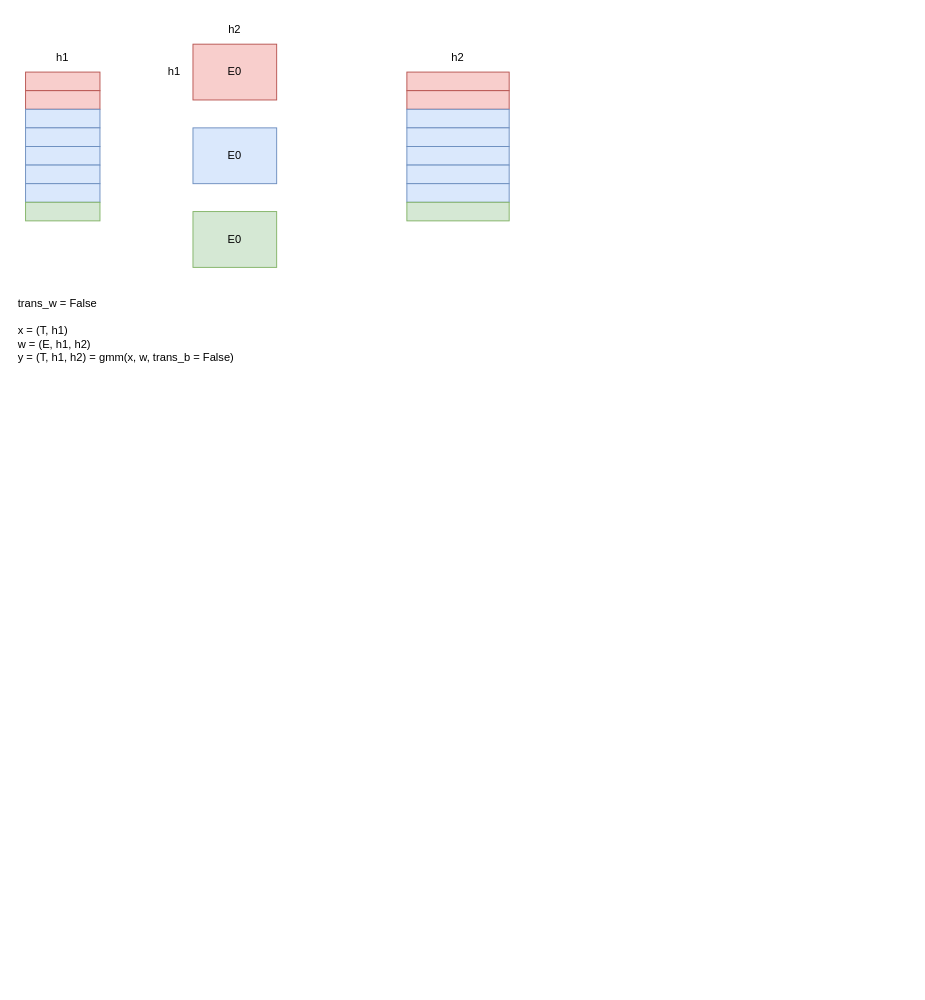
Above: grouped_gemm.drawio in LamForest/draw.io (draw.io), before the change. Source tidied: cells renumbered, new cells numbered last; positions are measured from the earlier drawing's top-left corner, leaving out a move shared by most shapes. Both pictures are drawn from the tidied source at 93%, with x=0, y=0 at pixel (16, 16).
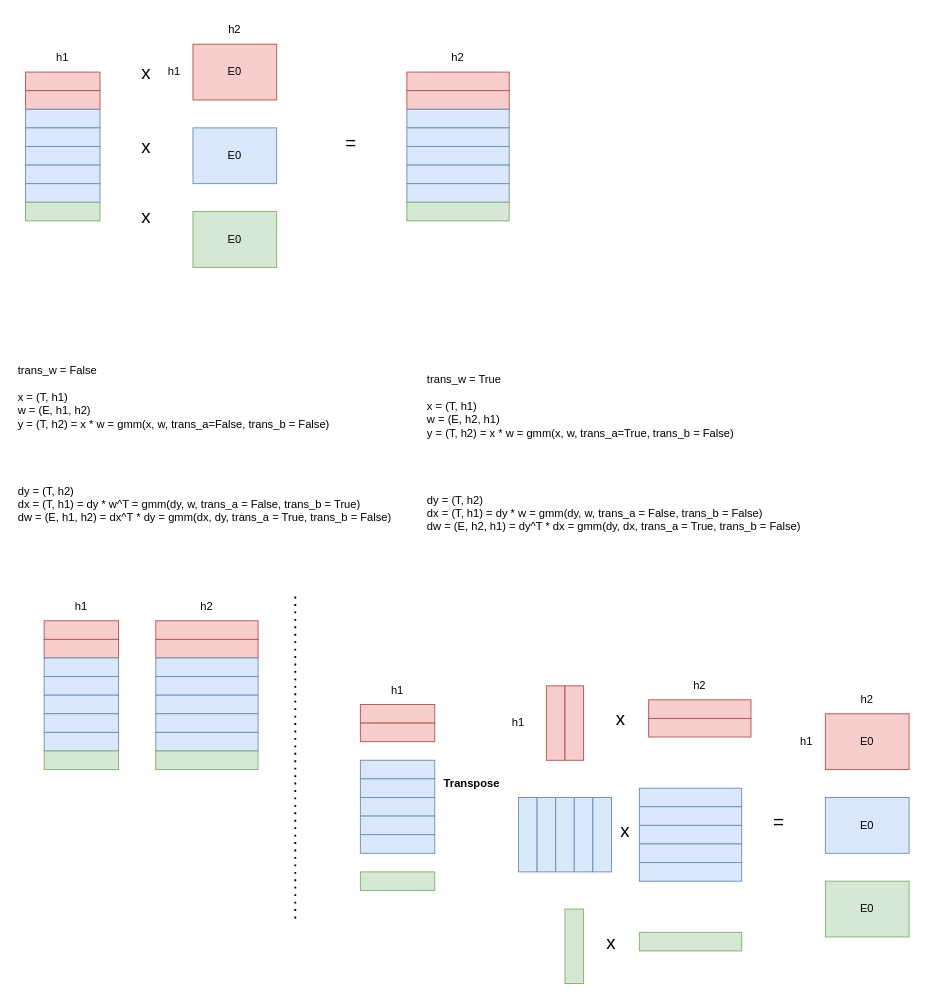
The same diagram, later.

What changed in the source:
```diff
@@
-    <mxCell id="27" value="trans_w = False&lt;div&gt;&lt;br&gt;&lt;/div&gt;&lt;div&gt;x = (T, h1)&lt;/div&gt;&lt;div&gt;w = (E, h1, h2)&lt;/div&gt;&lt;div&gt;y = (T, h1, h2) = gmm(x, w, trans_b = False)&lt;/div&gt;&lt;div&gt;&lt;br&gt;&lt;/div&gt;" style="text;html=1;align=left;verticalAlign=middle;whiteSpace=wrap;rounded=0;" parent="1" vertex="1">
-      <mxGeometry y="320" width="280" height="50" as="geometry" />
+    <mxCell id="27" value="trans_w = False&lt;div&gt;&lt;br&gt;&lt;/div&gt;&lt;div&gt;x = (T, h1)&lt;/div&gt;&lt;div&gt;w = (E, h1, h2)&lt;/div&gt;&lt;div&gt;y = (T, h2) = x * w = gmm(x, w, trans_a=False, trans_b = False)&lt;/div&gt;&lt;div&gt;&lt;br&gt;&lt;/div&gt;&lt;div&gt;&lt;br&gt;&lt;/div&gt;&lt;div&gt;&lt;br&gt;&lt;/div&gt;&lt;div&gt;&lt;br&gt;&lt;/div&gt;&lt;div&gt;dy = (T, h2)&lt;/div&gt;&lt;div&gt;dx = (T, h1) = dy * w^T = gmm(dy, w, trans_a = False, trans_b = True)&lt;/div&gt;&lt;div&gt;dw = (E, h1, h2) = dx^T * dy = gmm(dx, dy, trans_a = True, trans_b = False)&lt;/div&gt;" style="text;html=1;align=left;verticalAlign=middle;whiteSpace=wrap;rounded=0;" parent="1" vertex="1">
+      <mxGeometry y="320" width="470" height="280" as="geometry" />
     </mxCell>
+    <mxCell id="28" value="trans_w = True&lt;div&gt;&lt;br&gt;&lt;/div&gt;&lt;div&gt;x = (T, h1)&lt;/div&gt;&lt;div&gt;w = (E, h2, h1)&lt;/div&gt;&lt;div&gt;y = (T, h2) = x * w = gmm(x, w, trans_a=True, trans_b = False)&lt;/div&gt;&lt;div&gt;&lt;br&gt;&lt;/div&gt;&lt;div&gt;&lt;br&gt;&lt;/div&gt;&lt;div&gt;&lt;br&gt;&lt;/div&gt;&lt;div&gt;&lt;br&gt;&lt;/div&gt;&lt;div&gt;dy = (T, h2)&lt;/div&gt;&lt;div&gt;dx = (T, h1) = dy * w = gmm(dy, w, trans_a = False, trans_b = False)&lt;/div&gt;&lt;div&gt;dw = (E, h2, h1) = dy^T * dx = gmm(dy, dx, trans_a = True, trans_b = False)&lt;/div&gt;" style="text;html=1;align=left;verticalAlign=middle;whiteSpace=wrap;rounded=0;" parent="1" vertex="1">
+      <mxGeometry x="440" y="330" width="470" height="280" as="geometry" />
+    </mxCell>
+    <mxCell id="29" value="E0" style="rounded=0;whiteSpace=wrap;html=1;fillColor=#f8cecc;strokeColor=#b85450;" parent="1" vertex="1">
+      <mxGeometry x="870" y="750" width="90" height="60" as="geometry" />
+    </mxCell>
+    <mxCell id="30" style="group;" parent="1" vertex="1">
+      <mxGeometry x="30" y="650" width="80" height="160" as="geometry" />
+    </mxCell>
+    <mxCell id="31" style="rounded=0;whiteSpace=wrap;html=1;fillColor=#f8cecc;strokeColor=#b85450;" parent="30" vertex="1">
+      <mxGeometry width="80" height="20" as="geometry" />
+    </mxCell>
+    <mxCell id="32" style="rounded=0;whiteSpace=wrap;html=1;fillColor=#f8cecc;strokeColor=#b85450;" parent="30" vertex="1">
+      <mxGeometry y="20" width="80" height="20" as="geometry" />
+    </mxCell>
+    <mxCell id="33" style="rounded=0;whiteSpace=wrap;html=1;fillColor=#dae8fc;strokeColor=#6c8ebf;" parent="30" vertex="1">
+      <mxGeometry y="40" width="80" height="20" as="geometry" />
+    </mxCell>
+    <mxCell id="34" style="rounded=0;whiteSpace=wrap;html=1;fillColor=#dae8fc;strokeColor=#6c8ebf;" parent="30" vertex="1">
+      <mxGeometry y="60" width="80" height="20" as="geometry" />
+    </mxCell>
+    <mxCell id="35" style="rounded=0;whiteSpace=wrap;html=1;fillColor=#dae8fc;strokeColor=#6c8ebf;" parent="30" vertex="1">
+      <mxGeometry y="80" width="80" height="20" as="geometry" />
+    </mxCell>
+    <mxCell id="36" style="rounded=0;whiteSpace=wrap;html=1;fillColor=#dae8fc;strokeColor=#6c8ebf;" parent="30" vertex="1">
+      <mxGeometry y="100" width="80" height="20" as="geometry" />
+    </mxCell>
+    <mxCell id="37" style="rounded=0;whiteSpace=wrap;html=1;fillColor=#dae8fc;strokeColor=#6c8ebf;" parent="30" vertex="1">
+      <mxGeometry y="120" width="80" height="20" as="geometry" />
+    </mxCell>
+    <mxCell id="38" style="rounded=0;whiteSpace=wrap;html=1;fillColor=#d5e8d4;strokeColor=#82b366;" parent="30" vertex="1">
+      <mxGeometry y="140" width="80" height="20" as="geometry" />
+    </mxCell>
+    <mxCell id="39" value="E0" style="rounded=0;whiteSpace=wrap;html=1;fillColor=#dae8fc;strokeColor=#6c8ebf;" parent="1" vertex="1">
+      <mxGeometry x="870" y="840" width="90" height="60" as="geometry" />
+    </mxCell>
+    <mxCell id="40" value="E0" style="rounded=0;whiteSpace=wrap;html=1;fillColor=#d5e8d4;strokeColor=#82b366;" parent="1" vertex="1">
+      <mxGeometry x="870" y="930" width="90" height="60" as="geometry" />
+    </mxCell>
+    <mxCell id="41" style="group;" parent="1" vertex="1">
+      <mxGeometry x="150" y="650" width="110" height="160" as="geometry" />
+    </mxCell>
+    <mxCell id="42" style="rounded=0;whiteSpace=wrap;html=1;fillColor=#f8cecc;strokeColor=#b85450;" parent="41" vertex="1">
+      <mxGeometry width="110" height="20" as="geometry" />
+    </mxCell>
+    <mxCell id="43" style="rounded=0;whiteSpace=wrap;html=1;fillColor=#f8cecc;strokeColor=#b85450;" parent="41" vertex="1">
+      <mxGeometry y="20" width="110" height="20" as="geometry" />
+    </mxCell>
+    <mxCell id="44" style="rounded=0;whiteSpace=wrap;html=1;fillColor=#dae8fc;strokeColor=#6c8ebf;" parent="41" vertex="1">
+      <mxGeometry y="40" width="110" height="20" as="geometry" />
+    </mxCell>
+    <mxCell id="45" style="rounded=0;whiteSpace=wrap;html=1;fillColor=#dae8fc;strokeColor=#6c8ebf;" parent="41" vertex="1">
+      <mxGeometry y="60" width="110" height="20" as="geometry" />
+    </mxCell>
+    <mxCell id="46" style="rounded=0;whiteSpace=wrap;html=1;fillColor=#dae8fc;strokeColor=#6c8ebf;" parent="41" vertex="1">
+      <mxGeometry y="80" width="110" height="20" as="geometry" />
+    </mxCell>
+    <mxCell id="47" style="rounded=0;whiteSpace=wrap;html=1;fillColor=#dae8fc;strokeColor=#6c8ebf;" parent="41" vertex="1">
+      <mxGeometry y="100" width="110" height="20" as="geometry" />
+    </mxCell>
+    <mxCell id="48" style="rounded=0;whiteSpace=wrap;html=1;fillColor=#dae8fc;strokeColor=#6c8ebf;" parent="41" vertex="1">
+      <mxGeometry y="120" width="110" height="20" as="geometry" />
+    </mxCell>
+    <mxCell id="49" style="rounded=0;whiteSpace=wrap;html=1;fillColor=#d5e8d4;strokeColor=#82b366;" parent="41" vertex="1">
+      <mxGeometry y="140" width="110" height="20" as="geometry" />
+    </mxCell>
+    <mxCell id="50" value="h2" style="text;html=1;align=center;verticalAlign=middle;whiteSpace=wrap;rounded=0;" parent="1" vertex="1">
+      <mxGeometry x="885" y="720" width="60" height="30" as="geometry" />
+    </mxCell>
+    <mxCell id="51" value="h1" style="text;html=1;align=center;verticalAlign=middle;whiteSpace=wrap;rounded=0;" parent="1" vertex="1">
+      <mxGeometry x="820" y="765" width="60" height="30" as="geometry" />
+    </mxCell>
+    <mxCell id="52" value="h1" style="text;html=1;align=center;verticalAlign=middle;whiteSpace=wrap;rounded=0;" parent="1" vertex="1">
+      <mxGeometry x="40" y="620" width="60" height="30" as="geometry" />
+    </mxCell>
+    <mxCell id="53" value="h2" style="text;html=1;align=center;verticalAlign=middle;whiteSpace=wrap;rounded=0;" parent="1" vertex="1">
+      <mxGeometry x="175" y="620" width="60" height="30" as="geometry" />
+    </mxCell>
+    <mxCell id="54" value="x" style="text;html=1;align=center;verticalAlign=middle;whiteSpace=wrap;rounded=0;fontSize=20;" parent="1" vertex="1">
+      <mxGeometry x="110" y="45" width="60" height="30" as="geometry" />
+    </mxCell>
+    <mxCell id="55" value="=" style="text;html=1;align=center;verticalAlign=middle;whiteSpace=wrap;rounded=0;fontSize=20;" parent="1" vertex="1">
+      <mxGeometry x="330" y="120" width="60" height="30" as="geometry" />
+    </mxCell>
+    <mxCell id="56" style="group;" parent="1" vertex="1">
+      <mxGeometry x="370" y="740" width="80" height="160" as="geometry" />
+    </mxCell>
+    <mxCell id="57" style="rounded=0;whiteSpace=wrap;html=1;fillColor=#f8cecc;strokeColor=#b85450;" parent="56" vertex="1">
+      <mxGeometry width="80" height="20" as="geometry" />
+    </mxCell>
+    <mxCell id="58" style="rounded=0;whiteSpace=wrap;html=1;fillColor=#f8cecc;strokeColor=#b85450;" parent="56" vertex="1">
+      <mxGeometry y="20" width="80" height="20" as="geometry" />
+    </mxCell>
+    <mxCell id="59" style="rounded=0;whiteSpace=wrap;html=1;fillColor=#dae8fc;strokeColor=#6c8ebf;" parent="56" vertex="1">
+      <mxGeometry y="60" width="80" height="20" as="geometry" />
+    </mxCell>
+    <mxCell id="60" style="rounded=0;whiteSpace=wrap;html=1;fillColor=#dae8fc;strokeColor=#6c8ebf;" parent="56" vertex="1">
+      <mxGeometry y="80" width="80" height="20" as="geometry" />
+    </mxCell>
+    <mxCell id="61" style="rounded=0;whiteSpace=wrap;html=1;fillColor=#dae8fc;strokeColor=#6c8ebf;" parent="56" vertex="1">
+      <mxGeometry y="100" width="80" height="20" as="geometry" />
+    </mxCell>
+    <mxCell id="62" style="rounded=0;whiteSpace=wrap;html=1;fillColor=#dae8fc;strokeColor=#6c8ebf;" parent="56" vertex="1">
+      <mxGeometry y="120" width="80" height="20" as="geometry" />
+    </mxCell>
+    <mxCell id="63" style="rounded=0;whiteSpace=wrap;html=1;fillColor=#dae8fc;strokeColor=#6c8ebf;" parent="56" vertex="1">
+      <mxGeometry y="140" width="80" height="20" as="geometry" />
+    </mxCell>
+    <mxCell id="64" value="h1" style="text;html=1;align=center;verticalAlign=middle;whiteSpace=wrap;rounded=0;" parent="1" vertex="1">
+      <mxGeometry x="380" y="710" width="60" height="30" as="geometry" />
+    </mxCell>
+    <mxCell id="65" style="rounded=0;whiteSpace=wrap;html=1;fillColor=#d5e8d4;strokeColor=#82b366;" parent="1" vertex="1">
+      <mxGeometry x="370" y="920" width="80" height="20" as="geometry" />
+    </mxCell>
+    <mxCell id="66" style="rounded=0;whiteSpace=wrap;html=1;fillColor=#d5e8d4;strokeColor=#82b366;" parent="1" vertex="1">
+      <mxGeometry x="670" y="985" width="110" height="20" as="geometry" />
+    </mxCell>
+    <mxCell id="67" value="x" style="text;html=1;align=center;verticalAlign=middle;whiteSpace=wrap;rounded=0;fontSize=20;" parent="1" vertex="1">
+      <mxGeometry x="110" y="125" width="60" height="30" as="geometry" />
+    </mxCell>
+    <mxCell id="68" value="x" style="text;html=1;align=center;verticalAlign=middle;whiteSpace=wrap;rounded=0;fontSize=20;" parent="1" vertex="1">
+      <mxGeometry x="110" y="200" width="60" height="30" as="geometry" />
+    </mxCell>
+    <mxCell id="69" style="rounded=0;whiteSpace=wrap;html=1;fillColor=#d5e8d4;strokeColor=#82b366;rotation=90;" parent="1" vertex="1">
+      <mxGeometry x="560" y="990" width="80" height="20" as="geometry" />
+    </mxCell>
+    <mxCell id="70" style="edgeStyle=orthogonalEdgeStyle;rounded=0;orthogonalLoop=1;jettySize=auto;html=1;exitX=0.5;exitY=1;exitDx=0;exitDy=0;" parent="1" edge="1">
+      <mxGeometry relative="1" as="geometry">
+        <mxPoint x="695" y="710" as="sourcePoint" />
+        <mxPoint x="695" y="710" as="targetPoint" />
+      </mxGeometry>
+    </mxCell>
+    <mxCell id="71" style="rounded=0;whiteSpace=wrap;html=1;fillColor=#f8cecc;strokeColor=#b85450;rotation=-90;" parent="1" vertex="1">
+      <mxGeometry x="540" y="750" width="80" height="20" as="geometry" />
+    </mxCell>
+    <mxCell id="72" style="rounded=0;whiteSpace=wrap;html=1;fillColor=#f8cecc;strokeColor=#b85450;rotation=-90;" parent="1" vertex="1">
+      <mxGeometry x="560" y="750" width="80" height="20" as="geometry" />
+    </mxCell>
+    <mxCell id="73" style="rounded=0;whiteSpace=wrap;html=1;fillColor=#f8cecc;strokeColor=#b85450;" parent="1" vertex="1">
+      <mxGeometry x="680" y="735" width="110" height="20" as="geometry" />
+    </mxCell>
+    <mxCell id="74" style="rounded=0;whiteSpace=wrap;html=1;fillColor=#f8cecc;strokeColor=#b85450;" parent="1" vertex="1">
+      <mxGeometry x="680" y="755" width="110" height="20" as="geometry" />
+    </mxCell>
+    <mxCell id="75" style="rounded=0;whiteSpace=wrap;html=1;fillColor=#dae8fc;strokeColor=#6c8ebf;" parent="1" vertex="1">
+      <mxGeometry x="670" y="830" width="110" height="20" as="geometry" />
+    </mxCell>
+    <mxCell id="76" style="rounded=0;whiteSpace=wrap;html=1;fillColor=#dae8fc;strokeColor=#6c8ebf;" parent="1" vertex="1">
+      <mxGeometry x="670" y="850" width="110" height="20" as="geometry" />
+    </mxCell>
+    <mxCell id="77" style="rounded=0;whiteSpace=wrap;html=1;fillColor=#dae8fc;strokeColor=#6c8ebf;" parent="1" vertex="1">
+      <mxGeometry x="670" y="870" width="110" height="20" as="geometry" />
+    </mxCell>
+    <mxCell id="78" style="rounded=0;whiteSpace=wrap;html=1;fillColor=#dae8fc;strokeColor=#6c8ebf;" parent="1" vertex="1">
+      <mxGeometry x="670" y="890" width="110" height="20" as="geometry" />
+    </mxCell>
+    <mxCell id="79" style="rounded=0;whiteSpace=wrap;html=1;fillColor=#dae8fc;strokeColor=#6c8ebf;" parent="1" vertex="1">
+      <mxGeometry x="670" y="910" width="110" height="20" as="geometry" />
+    </mxCell>
+    <mxCell id="80" style="endArrow=none;dashed=1;html=1;dashPattern=1 3;strokeWidth=2;rounded=0;" parent="1" edge="1">
+      <mxGeometry relative="1" as="geometry">
+        <mxPoint x="300" y="970" as="sourcePoint" />
+        <mxPoint x="300" y="620" as="targetPoint" />
+      </mxGeometry>
+    </mxCell>
+    <mxCell id="81" value="Transpose" style="text;html=1;align=center;verticalAlign=middle;whiteSpace=wrap;rounded=0;fontStyle=1;" parent="1" vertex="1">
+      <mxGeometry x="460" y="810" width="60" height="30" as="geometry" />
+    </mxCell>
+    <mxCell id="82" style="rounded=0;whiteSpace=wrap;html=1;fillColor=#dae8fc;strokeColor=#6c8ebf;rotation=-90;" parent="1" vertex="1">
+      <mxGeometry x="510" y="870" width="80" height="20" as="geometry" />
+    </mxCell>
+    <mxCell id="83" style="rounded=0;whiteSpace=wrap;html=1;fillColor=#dae8fc;strokeColor=#6c8ebf;rotation=-90;" parent="1" vertex="1">
+      <mxGeometry x="530" y="870" width="80" height="20" as="geometry" />
+    </mxCell>
+    <mxCell id="84" style="rounded=0;whiteSpace=wrap;html=1;fillColor=#dae8fc;strokeColor=#6c8ebf;rotation=-90;" parent="1" vertex="1">
+      <mxGeometry x="550" y="870" width="80" height="20" as="geometry" />
+    </mxCell>
+    <mxCell id="85" style="rounded=0;whiteSpace=wrap;html=1;fillColor=#dae8fc;strokeColor=#6c8ebf;rotation=-90;" parent="1" vertex="1">
+      <mxGeometry x="570" y="870" width="80" height="20" as="geometry" />
+    </mxCell>
+    <mxCell id="86" style="rounded=0;whiteSpace=wrap;html=1;fillColor=#dae8fc;strokeColor=#6c8ebf;rotation=-90;" parent="1" vertex="1">
+      <mxGeometry x="590" y="870" width="80" height="20" as="geometry" />
+    </mxCell>
+    <mxCell id="87" value="x" style="text;html=1;align=center;verticalAlign=middle;whiteSpace=wrap;rounded=0;fontSize=20;" parent="1" vertex="1">
+      <mxGeometry x="620" y="740" width="60" height="30" as="geometry" />
+    </mxCell>
+    <mxCell id="88" value="x" style="text;html=1;align=center;verticalAlign=middle;whiteSpace=wrap;rounded=0;fontSize=20;" parent="1" vertex="1">
+      <mxGeometry x="610" y="980" width="60" height="30" as="geometry" />
+    </mxCell>
+    <mxCell id="89" value="x" style="text;html=1;align=center;verticalAlign=middle;whiteSpace=wrap;rounded=0;fontSize=20;" parent="1" vertex="1">
+      <mxGeometry x="625" y="860" width="60" height="30" as="geometry" />
+    </mxCell>
+    <mxCell id="90" value="=" style="text;html=1;align=center;verticalAlign=middle;whiteSpace=wrap;rounded=0;fontSize=20;" parent="1" vertex="1">
+      <mxGeometry x="790" y="850" width="60" height="30" as="geometry" />
+    </mxCell>
+    <mxCell id="91" value="h1" style="text;html=1;align=center;verticalAlign=middle;whiteSpace=wrap;rounded=0;" parent="1" vertex="1">
+      <mxGeometry x="510" y="745" width="60" height="30" as="geometry" />
+    </mxCell>
+    <mxCell id="92" value="h2" style="text;html=1;align=center;verticalAlign=middle;whiteSpace=wrap;rounded=0;" parent="1" vertex="1">
+      <mxGeometry x="705" y="705" width="60" height="30" as="geometry" />
+    </mxCell>
```
